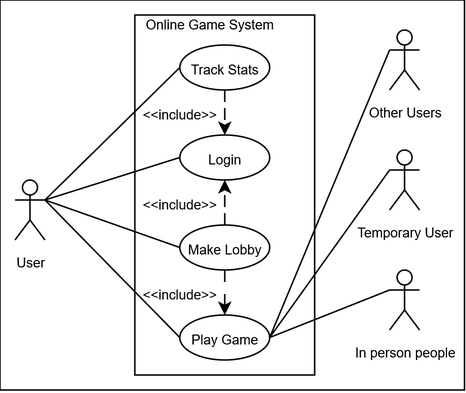
Earlier version of the draw.io export Wireframs and diagrams/Use Case Diagram UML.png (BDAhearn/Senior-Project---Multiplayer-Strategy-Game-Website). Source tidied: cells renumbered, new cells last; positions are measured from the earlier drawing's top-left corner, leaving out a move shared by most shapes.
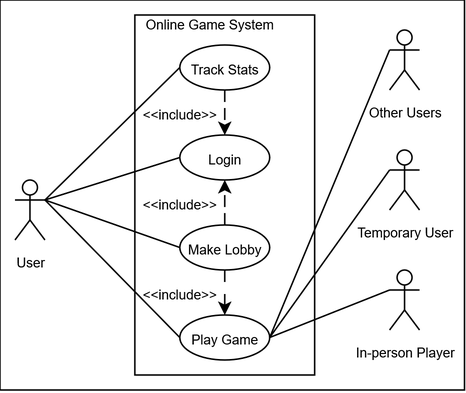
Later version of the same file.

The edit, as a diff of the source:
```diff
@@ -56,7 +56,7 @@
     <mxCell id="19" value="&lt;font style=&quot;font-size: 9px;&quot;&gt;Other Users&lt;/font&gt;" style="shape=umlActor;verticalLabelPosition=bottom;verticalAlign=top;html=1;outlineConnect=0;" parent="1" vertex="1">
       <mxGeometry x="260" y="20" width="20" height="40" as="geometry" />
     </mxCell>
-    <mxCell id="20" value="&lt;font style=&quot;font-size: 9px;&quot;&gt;In person people&lt;/font&gt;" style="shape=umlActor;verticalLabelPosition=bottom;verticalAlign=top;html=1;outlineConnect=0;" parent="1" vertex="1">
+    <mxCell id="20" value="&lt;font style=&quot;font-size: 9px;&quot;&gt;In-person Player&lt;/font&gt;" style="shape=umlActor;verticalLabelPosition=bottom;verticalAlign=top;html=1;outlineConnect=0;" parent="1" vertex="1">
       <mxGeometry x="260" y="180" width="20" height="40" as="geometry" />
     </mxCell>
     <mxCell id="21" style="endArrow=none;html=1;rounded=0;entryX=0;entryY=0.3333333333333333;entryDx=0;entryDy=0;entryPerimeter=0;exitX=1;exitY=0.5;exitDx=0;exitDy=0;" parent="1" edge="1" source="8" target="19">
```
